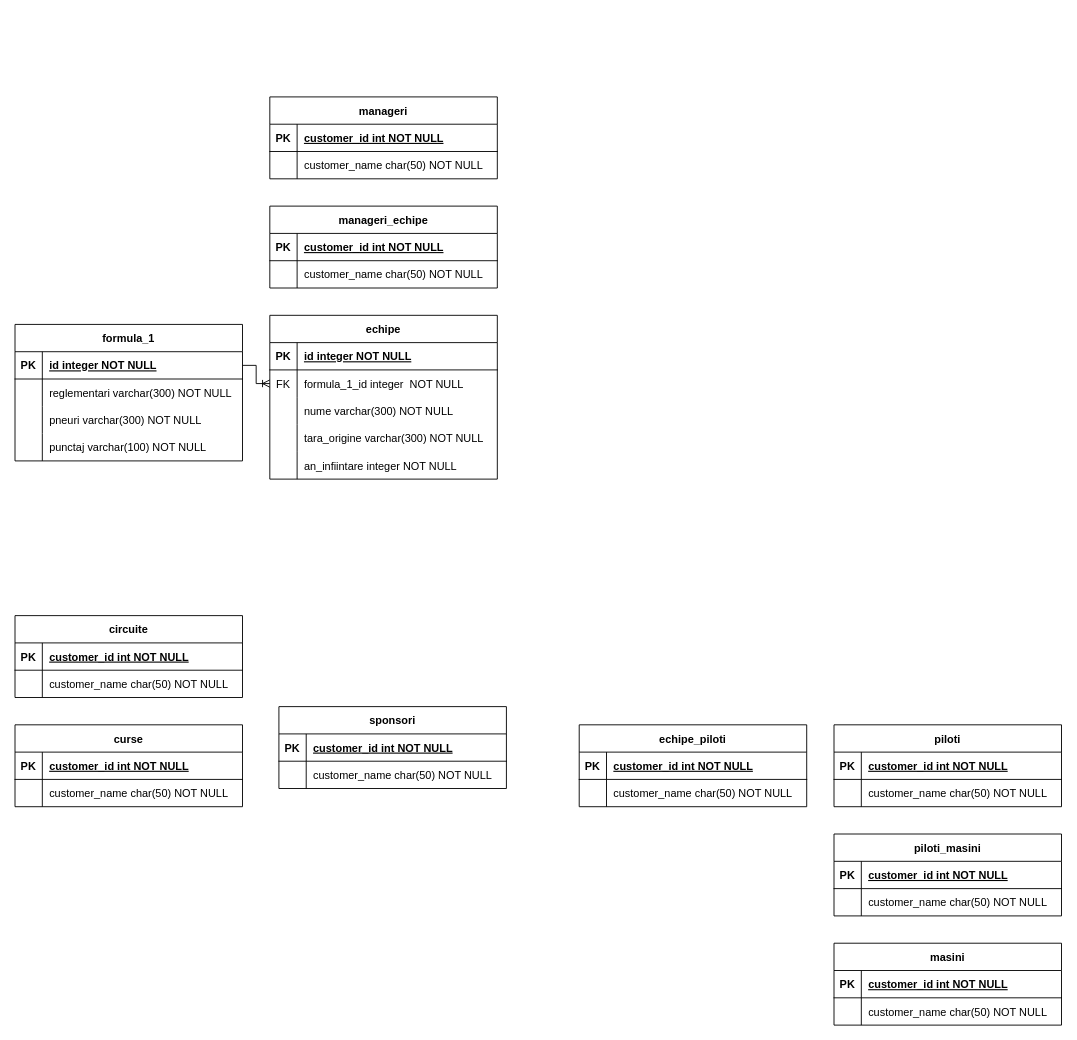
The draw.io diagram Model Conceptual.drawio in andreea-agrisan/examen_sem1_db, before the edit. Source tidied: cells renumbered, new cells numbered last; positions are measured from the earlier drawing's top-left corner, leaving out a move shared by most shapes. Both pictures are drawn from the tidied source at 91%, with x=0, y=0 at pixel (15, 96).
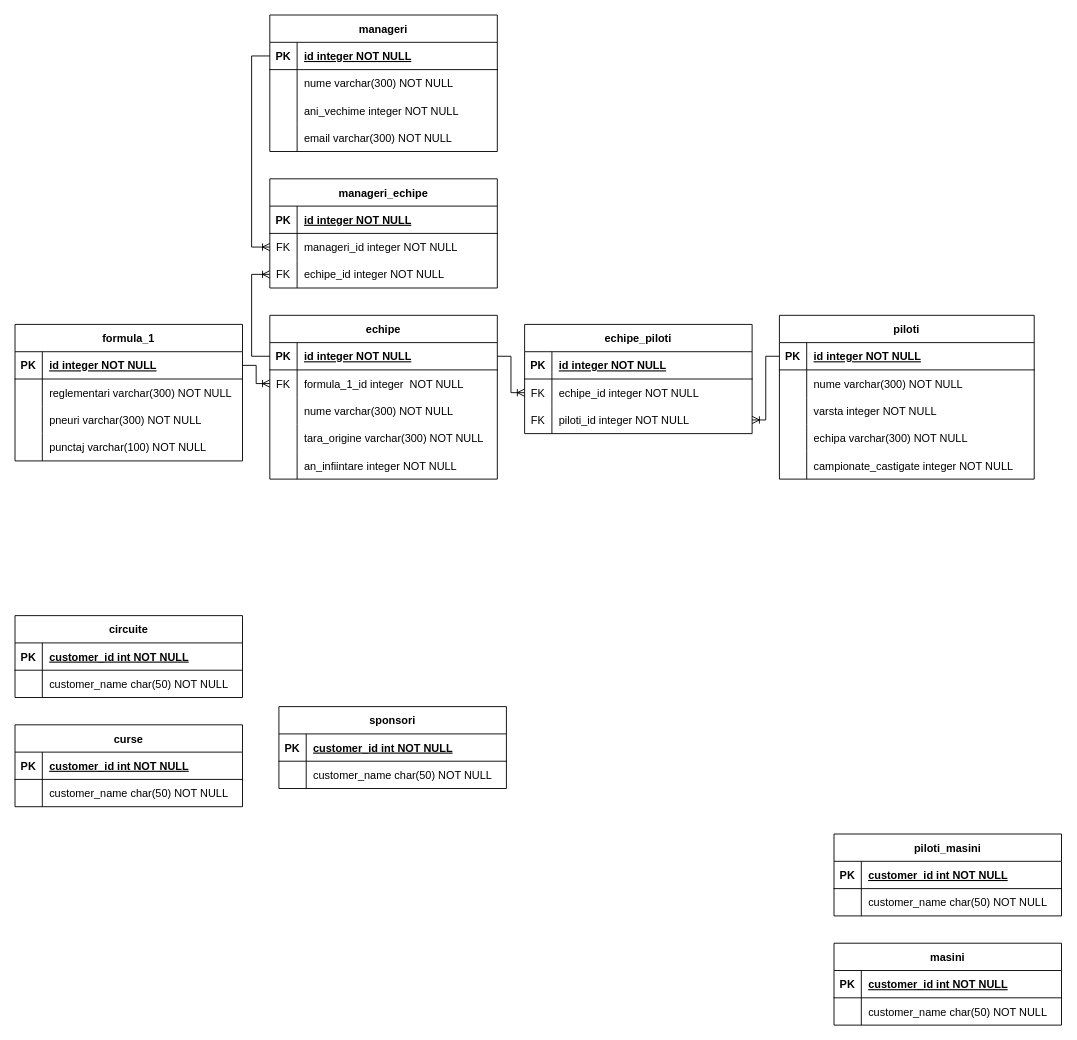
The same diagram, later.

The change refers to these unchanged cells:
```xml
<mxCell id="16" style="shape=partialRectangle;fillColor=none;points=[[0,0.5],[1,0.5]];portConstraint=eastwest;top=0;left=0;right=0;bottom=1;" parent="15" vertex="1">
  <mxGeometry y="30" width="250" height="30" as="geometry" />
</mxCell>
<mxCell id="32" style="shape=partialRectangle;fillColor=none;top=0;left=0;right=0;bottom=1;" parent="31" vertex="1">
  <mxGeometry y="30" width="250" height="30" as="geometry" />
</mxCell>
<mxCell id="35" style="shape=partialRectangle;fillColor=none;points=[[0,0.5],[1,0.5]];portConstraint=eastwest;top=0;left=0;right=0;bottom=0;" parent="31" vertex="1">
  <mxGeometry y="60" width="250" height="30" as="geometry" />
</mxCell>
<mxCell id="60" style="shape=partialRectangle;fillColor=none;top=0;left=0;right=0;bottom=1;" parent="59" vertex="1">
  <mxGeometry y="30" width="250" height="30" as="geometry" />
</mxCell>
<mxCell id="63" style="shape=partialRectangle;fillColor=none;points=[[0,0.5],[1,0.5]];portConstraint=eastwest;top=0;left=0;right=0;bottom=0;" parent="59" vertex="1">
  <mxGeometry y="60" width="250" height="30" as="geometry" />
</mxCell>
<mxCell id="67" style="shape=partialRectangle;fillColor=none;points=[[0,0.5],[1,0.5]];portConstraint=eastwest;top=0;left=0;right=0;bottom=1;" parent="66" vertex="1">
  <mxGeometry y="30" width="250" height="30" as="geometry" />
</mxCell>
<mxCell id="70" style="shape=partialRectangle;fillColor=none;top=0;left=0;right=0;bottom=0;" parent="66" vertex="1">
  <mxGeometry y="60" width="250" height="30" as="geometry" />
</mxCell>
```

Change to the diagram source:
```diff
@@
     <mxCell id="31" value="echipe_piloti" style="shape=table;startSize=30;childLayout=tableLayout;rowLines=0;fontStyle=1;align=center;" parent="1" vertex="1">
-      <mxGeometry x="620" y="690" width="250" height="90" as="geometry" />
+      <mxGeometry x="560" y="250" width="250" height="120" as="geometry" />
     </mxCell>
@@
-    <mxCell id="34" value="customer_id int NOT NULL " style="shape=partialRectangle;overflow=hidden;fillColor=none;top=0;left=0;bottom=0;right=0;align=left;spacingLeft=6;fontStyle=5;" parent="32" vertex="1">
+    <mxCell id="34" value="id integer NOT NULL" style="shape=partialRectangle;overflow=hidden;fillColor=none;top=0;left=0;bottom=0;right=0;align=left;spacingLeft=6;fontStyle=5;" parent="32" vertex="1">
       <mxGeometry x="30" width="220" height="30" as="geometry" />
     </mxCell>
@@
-    <mxCell id="36" style="shape=partialRectangle;overflow=hidden;fillColor=none;top=0;left=0;bottom=0;right=0;" parent="35" vertex="1">
+    <mxCell id="36" value="FK" style="shape=partialRectangle;overflow=hidden;fillColor=none;top=0;left=0;bottom=0;right=0;" parent="35" vertex="1">
       <mxGeometry width="30" height="30" as="geometry" />
     </mxCell>
-    <mxCell id="37" value="customer_name char(50) NOT NULL" style="shape=partialRectangle;overflow=hidden;fillColor=none;top=0;left=0;bottom=0;right=0;align=left;spacingLeft=6;" parent="35" vertex="1">
+    <mxCell id="37" value="echipe_id integer NOT NULL" style="shape=partialRectangle;overflow=hidden;fillColor=none;top=0;left=0;bottom=0;right=0;align=left;spacingLeft=6;" parent="35" vertex="1">
       <mxGeometry x="30" width="220" height="30" as="geometry" />
     </mxCell>
+    <mxCell id="95" style="shape=partialRectangle;fillColor=none;points=[[0,0.5],[1,0.5]];portConstraint=eastwest;top=0;left=0;right=0;bottom=0;strokeWidth=1;" parent="31" vertex="1">
+      <mxGeometry y="90" width="250" height="30" as="geometry" />
+    </mxCell>
+    <mxCell id="96" value="FK" style="shape=partialRectangle;overflow=hidden;fillColor=none;top=0;left=0;bottom=0;right=0;" parent="95" vertex="1">
+      <mxGeometry width="30" height="30" as="geometry" />
+    </mxCell>
+    <mxCell id="97" value="piloti_id integer NOT NULL" style="shape=partialRectangle;overflow=hidden;fillColor=none;top=0;left=0;bottom=0;right=0;align=left;spacingLeft=6;" parent="95" vertex="1">
+      <mxGeometry x="30" width="220" height="30" as="geometry" />
+    </mxCell>
     <mxCell id="38" value="piloti" style="shape=table;startSize=30;childLayout=tableLayout;rowLines=0;fontStyle=1;align=center;" parent="1" vertex="1">
-      <mxGeometry x="900" y="690" width="250" height="90" as="geometry" />
+      <mxGeometry x="840" y="240" width="280" height="180" as="geometry" />
     </mxCell>
     <mxCell id="39" style="shape=partialRectangle;fillColor=none;points=[[0,0.5],[1,0.5]];portConstraint=eastwest;top=0;left=0;right=0;bottom=1;" parent="38" vertex="1">
-      <mxGeometry y="30" width="250" height="30" as="geometry" />
+      <mxGeometry y="30" width="280" height="30" as="geometry" />
     </mxCell>
@@
-    <mxCell id="41" value="customer_id int NOT NULL " style="shape=partialRectangle;overflow=hidden;fillColor=none;top=0;left=0;bottom=0;right=0;align=left;spacingLeft=6;fontStyle=5;" parent="39" vertex="1">
-      <mxGeometry x="30" width="220" height="30" as="geometry" />
+    <mxCell id="41" value="id integer NOT NULL" style="shape=partialRectangle;overflow=hidden;fillColor=none;top=0;left=0;bottom=0;right=0;align=left;spacingLeft=6;fontStyle=5;" parent="39" vertex="1">
+      <mxGeometry x="30" width="250" height="30" as="geometry" />
     </mxCell>
     <mxCell id="42" style="shape=partialRectangle;fillColor=none;top=0;left=0;right=0;bottom=0;" parent="38" vertex="1">
-      <mxGeometry y="60" width="250" height="30" as="geometry" />
+      <mxGeometry y="60" width="280" height="30" as="geometry" />
     </mxCell>
@@
-    <mxCell id="44" value="customer_name char(50) NOT NULL" style="shape=partialRectangle;overflow=hidden;fillColor=none;top=0;left=0;bottom=0;right=0;align=left;spacingLeft=6;" parent="42" vertex="1">
-      <mxGeometry x="30" width="220" height="30" as="geometry" />
+    <mxCell id="44" value="nume varchar(300) NOT NULL" style="shape=partialRectangle;overflow=hidden;fillColor=none;top=0;left=0;bottom=0;right=0;align=left;spacingLeft=6;" parent="42" vertex="1">
+      <mxGeometry x="30" width="250" height="30" as="geometry" />
     </mxCell>
+    <mxCell id="98" style="shape=partialRectangle;fillColor=none;top=0;left=0;right=0;bottom=0;" parent="38" vertex="1">
+      <mxGeometry y="90" width="280" height="30" as="geometry" />
+    </mxCell>
+    <mxCell id="99" style="shape=partialRectangle;overflow=hidden;fillColor=none;top=0;left=0;bottom=0;right=0;" parent="98" vertex="1">
+      <mxGeometry width="30" height="30" as="geometry" />
+    </mxCell>
+    <mxCell id="100" value="varsta integer NOT NULL" style="shape=partialRectangle;overflow=hidden;fillColor=none;top=0;left=0;bottom=0;right=0;align=left;spacingLeft=6;" parent="98" vertex="1">
+      <mxGeometry x="30" width="250" height="30" as="geometry" />
+    </mxCell>
+    <mxCell id="101" style="shape=partialRectangle;fillColor=none;top=0;left=0;right=0;bottom=0;" parent="38" vertex="1">
+      <mxGeometry y="120" width="280" height="30" as="geometry" />
+    </mxCell>
+    <mxCell id="102" style="shape=partialRectangle;overflow=hidden;fillColor=none;top=0;left=0;bottom=0;right=0;" parent="101" vertex="1">
+      <mxGeometry width="30" height="30" as="geometry" />
+    </mxCell>
+    <mxCell id="103" value="echipa varchar(300) NOT NULL" style="shape=partialRectangle;overflow=hidden;fillColor=none;top=0;left=0;bottom=0;right=0;align=left;spacingLeft=6;" parent="101" vertex="1">
+      <mxGeometry x="30" width="250" height="30" as="geometry" />
+    </mxCell>
+    <mxCell id="104" style="shape=partialRectangle;fillColor=none;top=0;left=0;right=0;bottom=0;" parent="38" vertex="1">
+      <mxGeometry y="150" width="280" height="30" as="geometry" />
+    </mxCell>
+    <mxCell id="105" style="shape=partialRectangle;overflow=hidden;fillColor=none;top=0;left=0;bottom=0;right=0;" parent="104" vertex="1">
+      <mxGeometry width="30" height="30" as="geometry" />
+    </mxCell>
+    <mxCell id="106" value="campionate_castigate integer NOT NULL" style="shape=partialRectangle;overflow=hidden;fillColor=none;top=0;left=0;bottom=0;right=0;align=left;spacingLeft=6;" parent="104" vertex="1">
+      <mxGeometry x="30" width="250" height="30" as="geometry" />
+    </mxCell>
@@
     <mxCell id="59" value="manageri_echipe" style="shape=table;startSize=30;childLayout=tableLayout;rowLines=0;fontStyle=1;align=center;" parent="1" vertex="1">
-      <mxGeometry x="280" y="120" width="250" height="90" as="geometry" />
+      <mxGeometry x="280" y="90" width="250" height="120" as="geometry" />
     </mxCell>
@@
-    <mxCell id="62" value="customer_id int NOT NULL " style="shape=partialRectangle;overflow=hidden;fillColor=none;top=0;left=0;bottom=0;right=0;align=left;spacingLeft=6;fontStyle=5;" parent="60" vertex="1">
+    <mxCell id="62" value="id integer NOT NULL" style="shape=partialRectangle;overflow=hidden;fillColor=none;top=0;left=0;bottom=0;right=0;align=left;spacingLeft=6;fontStyle=5;" parent="60" vertex="1">
       <mxGeometry x="30" width="220" height="30" as="geometry" />
     </mxCell>
@@
-    <mxCell id="64" style="shape=partialRectangle;overflow=hidden;fillColor=none;top=0;left=0;bottom=0;right=0;" parent="63" vertex="1">
+    <mxCell id="64" value="FK" style="shape=partialRectangle;overflow=hidden;fillColor=none;top=0;left=0;bottom=0;right=0;" parent="63" vertex="1">
       <mxGeometry width="30" height="30" as="geometry" />
     </mxCell>
-    <mxCell id="65" value="customer_name char(50) NOT NULL" style="shape=partialRectangle;overflow=hidden;fillColor=none;top=0;left=0;bottom=0;right=0;align=left;spacingLeft=6;" parent="63" vertex="1">
+    <mxCell id="65" value="manageri_id integer NOT NULL" style="shape=partialRectangle;overflow=hidden;fillColor=none;top=0;left=0;bottom=0;right=0;align=left;spacingLeft=6;" parent="63" vertex="1">
       <mxGeometry x="30" width="220" height="30" as="geometry" />
     </mxCell>
+    <mxCell id="107" style="shape=partialRectangle;fillColor=none;points=[[0,0.5],[1,0.5]];portConstraint=eastwest;top=0;left=0;right=0;bottom=0;" parent="59" vertex="1">
+      <mxGeometry y="90" width="250" height="30" as="geometry" />
+    </mxCell>
+    <mxCell id="108" value="FK" style="shape=partialRectangle;overflow=hidden;fillColor=none;top=0;left=0;bottom=0;right=0;" parent="107" vertex="1">
+      <mxGeometry width="30" height="30" as="geometry" />
+    </mxCell>
+    <mxCell id="109" value="echipe_id integer NOT NULL" style="shape=partialRectangle;overflow=hidden;fillColor=none;top=0;left=0;bottom=0;right=0;align=left;spacingLeft=6;" parent="107" vertex="1">
+      <mxGeometry x="30" width="220" height="30" as="geometry" />
+    </mxCell>
     <mxCell id="66" value="manageri" style="shape=table;startSize=30;childLayout=tableLayout;rowLines=0;fontStyle=1;align=center;" parent="1" vertex="1">
-      <mxGeometry x="280" width="250" height="90" as="geometry" />
+      <mxGeometry x="280" y="-90" width="250" height="150" as="geometry" />
     </mxCell>
@@
-    <mxCell id="69" value="customer_id int NOT NULL " style="shape=partialRectangle;overflow=hidden;fillColor=none;top=0;left=0;bottom=0;right=0;align=left;spacingLeft=6;fontStyle=5;" parent="67" vertex="1">
+    <mxCell id="69" value="id integer NOT NULL" style="shape=partialRectangle;overflow=hidden;fillColor=none;top=0;left=0;bottom=0;right=0;align=left;spacingLeft=6;fontStyle=5;" parent="67" vertex="1">
       <mxGeometry x="30" width="220" height="30" as="geometry" />
     </mxCell>
@@
-    <mxCell id="72" value="customer_name char(50) NOT NULL" style="shape=partialRectangle;overflow=hidden;fillColor=none;top=0;left=0;bottom=0;right=0;align=left;spacingLeft=6;" parent="70" vertex="1">
+    <mxCell id="72" value="nume varchar(300) NOT NULL" style="shape=partialRectangle;overflow=hidden;fillColor=none;top=0;left=0;bottom=0;right=0;align=left;spacingLeft=6;" parent="70" vertex="1">
       <mxGeometry x="30" width="220" height="30" as="geometry" />
     </mxCell>
+    <mxCell id="110" style="shape=partialRectangle;fillColor=none;top=0;left=0;right=0;bottom=0;" parent="66" vertex="1">
+      <mxGeometry y="90" width="250" height="30" as="geometry" />
+    </mxCell>
+    <mxCell id="111" style="shape=partialRectangle;overflow=hidden;fillColor=none;top=0;left=0;bottom=0;right=0;" parent="110" vertex="1">
+      <mxGeometry width="30" height="30" as="geometry" />
+    </mxCell>
+    <mxCell id="112" value="ani_vechime integer NOT NULL" style="shape=partialRectangle;overflow=hidden;fillColor=none;top=0;left=0;bottom=0;right=0;align=left;spacingLeft=6;" parent="110" vertex="1">
+      <mxGeometry x="30" width="220" height="30" as="geometry" />
+    </mxCell>
+    <mxCell id="113" style="shape=partialRectangle;fillColor=none;top=0;left=0;right=0;bottom=0;" parent="66" vertex="1">
+      <mxGeometry y="120" width="250" height="30" as="geometry" />
+    </mxCell>
+    <mxCell id="114" style="shape=partialRectangle;overflow=hidden;fillColor=none;top=0;left=0;bottom=0;right=0;" parent="113" vertex="1">
+      <mxGeometry width="30" height="30" as="geometry" />
+    </mxCell>
+    <mxCell id="115" value="email varchar(300) NOT NULL" style="shape=partialRectangle;overflow=hidden;fillColor=none;top=0;left=0;bottom=0;right=0;align=left;spacingLeft=6;" parent="113" vertex="1">
+      <mxGeometry x="30" width="220" height="30" as="geometry" />
+    </mxCell>
@@
+    <mxCell id="116" style="edgeStyle=orthogonalEdgeStyle;fontSize=12;html=1;endArrow=ERoneToMany;rounded=0;exitX=1;exitY=0.5;exitDx=0;exitDy=0;entryX=0;entryY=0.5;entryDx=0;entryDy=0;" parent="1" edge="1" source="16" target="35">
+      <mxGeometry relative="1" as="geometry" />
+    </mxCell>
+    <mxCell id="117" style="edgeStyle=orthogonalEdgeStyle;fontSize=12;html=1;endArrow=ERoneToMany;rounded=0;exitX=0;exitY=0.5;exitDx=0;exitDy=0;entryX=1;entryY=0.5;entryDx=0;entryDy=0;" parent="1" edge="1" source="39" target="95">
+      <mxGeometry relative="1" as="geometry" />
+    </mxCell>
+    <mxCell id="118" style="edgeStyle=orthogonalEdgeStyle;fontSize=12;html=1;endArrow=ERoneToMany;rounded=0;exitX=0;exitY=0.5;exitDx=0;exitDy=0;entryX=0;entryY=0.5;entryDx=0;entryDy=0;" parent="1" edge="1" source="67" target="63">
+      <mxGeometry relative="1" as="geometry">
+        <Array as="points">
+          <mxPoint x="260" y="-45" />
+          <mxPoint x="260" y="165" />
+        </Array>
+      </mxGeometry>
+    </mxCell>
+    <mxCell id="119" style="edgeStyle=orthogonalEdgeStyle;fontSize=12;html=1;endArrow=ERoneToMany;rounded=0;exitX=0;exitY=0.5;exitDx=0;exitDy=0;entryX=0;entryY=0.5;entryDx=0;entryDy=0;" parent="1" edge="1" source="16" target="107">
+      <mxGeometry relative="1" as="geometry">
+        <Array as="points">
+          <mxPoint x="260" y="285" />
+          <mxPoint x="260" y="195" />
+        </Array>
+      </mxGeometry>
+    </mxCell>
```
